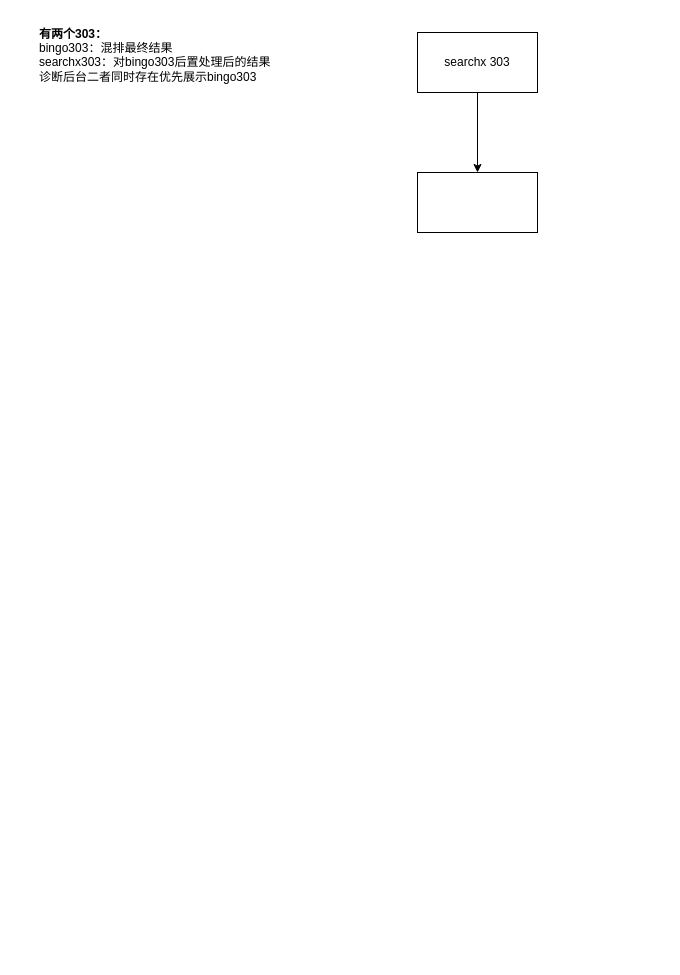
Before: 搜索callback.drawio in ETHAN0430/draw.io.repo, a draw.io diagram. Source tidied: cells renumbered, new cells numbered last; positions are measured from the earlier drawing's top-left corner, leaving out a move shared by most shapes. Both pictures are drawn from the tidied source at 100%, with x=0, y=0 at pixel (37, 17).
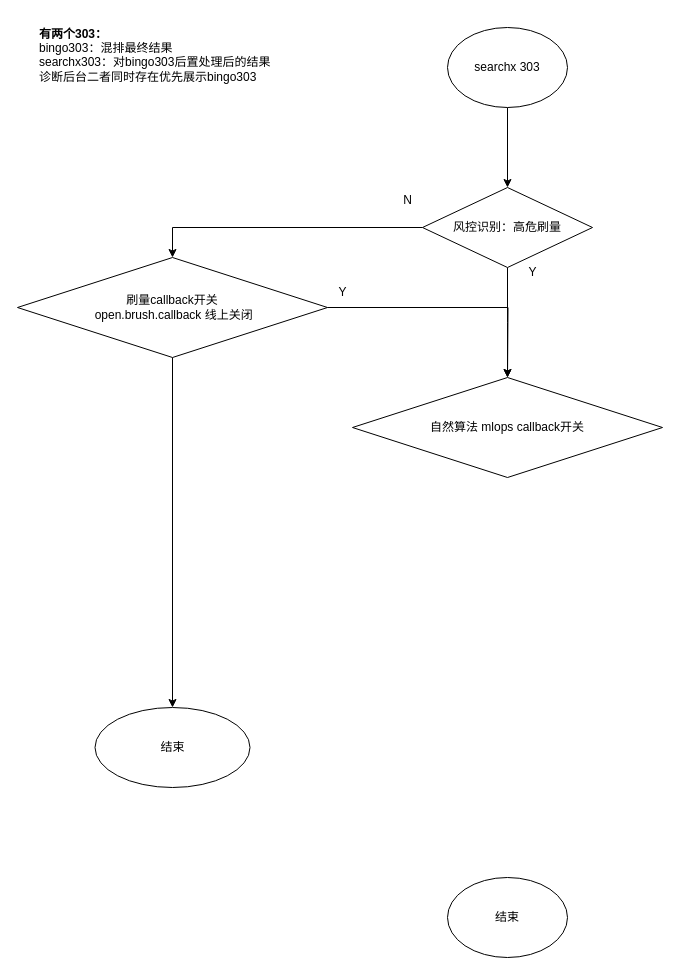
After the change.

What changed in the source:
```diff
@@
 <mxGraphModel>
   <root>
     <mxCell id="0" />
     <mxCell id="1" parent="0" />
     <mxCell id="2" value="&lt;b&gt;有两个303：&lt;/b&gt;&lt;br&gt;bingo303：混排最终结果&lt;br&gt;searchx303：对bingo303后置处理后的结果&lt;br&gt;诊断后台二者同时存在优先展示bingo303&lt;div&gt;&lt;br&gt;&lt;/div&gt;" style="text;html=1;align=left;verticalAlign=middle;strokeColor=none;fillColor=none;" parent="1" vertex="1">
       <mxGeometry width="250" height="90" as="geometry" />
     </mxCell>
-    <mxCell id="3" style="edgeStyle=orthogonalEdgeStyle;rounded=0;jettySize=auto;html=1;" parent="1" edge="1" source="4" target="5">
-      <mxGeometry relative="1" as="geometry" />
-    </mxCell>
+    <mxCell id="6" style="edgeStyle=orthogonalEdgeStyle;rounded=0;jettySize=auto;html=1;" parent="1" edge="1" source="4" target="9">
+      <mxGeometry relative="1" as="geometry" />
+    </mxCell>
-    <mxCell id="4" value="searchx 303" style="whiteSpace=wrap;html=1;" parent="1" vertex="1">
-      <mxGeometry x="380" y="15" width="120" height="60" as="geometry" />
+    <mxCell id="4" value="searchx 303" style="ellipse;whiteSpace=wrap;html=1;" parent="1" vertex="1">
+      <mxGeometry x="410" y="10" width="120" height="80" as="geometry" />
     </mxCell>
-    <mxCell id="5" style="whiteSpace=wrap;html=1;" parent="1" vertex="1">
-      <mxGeometry x="380" y="155" width="120" height="60" as="geometry" />
-    </mxCell>
+    <mxCell id="7" style="edgeStyle=orthogonalEdgeStyle;rounded=0;jettySize=auto;html=1;entryX=0.5;entryY=0;entryDx=0;entryDy=0;" parent="1" edge="1" source="9" target="12">
+      <mxGeometry relative="1" as="geometry" />
+    </mxCell>
+    <mxCell id="8" style="edgeStyle=orthogonalEdgeStyle;rounded=0;jettySize=auto;html=1;entryX=0.5;entryY=0;entryDx=0;entryDy=0;" parent="1" edge="1" source="9">
+      <mxGeometry relative="1" as="geometry">
+        <mxPoint x="470" y="360" as="targetPoint" />
+      </mxGeometry>
+    </mxCell>
+    <mxCell id="9" value="风控识别：高危刷量" style="rhombus;whiteSpace=wrap;html=1;" parent="1" vertex="1">
+      <mxGeometry x="385" y="170" width="170" height="80" as="geometry" />
+    </mxCell>
+    <mxCell id="10" style="edgeStyle=orthogonalEdgeStyle;rounded=0;jettySize=auto;html=1;entryX=0.5;entryY=0;entryDx=0;entryDy=0;" parent="1" edge="1" source="12">
+      <mxGeometry relative="1" as="geometry">
+        <mxPoint x="470" y="360" as="targetPoint" />
+      </mxGeometry>
+    </mxCell>
+    <mxCell id="11" style="edgeStyle=orthogonalEdgeStyle;rounded=0;jettySize=auto;html=1;" parent="1" edge="1" source="12" target="17">
+      <mxGeometry relative="1" as="geometry" />
+    </mxCell>
+    <mxCell id="12" value="刷量callback开关&lt;br&gt;&amp;nbsp;open.brush.callback 线上关闭" style="rhombus;whiteSpace=wrap;html=1;" parent="1" vertex="1">
+      <mxGeometry x="-20" y="240" width="310" height="100" as="geometry" />
+    </mxCell>
+    <mxCell id="13" value="结束" style="ellipse;whiteSpace=wrap;html=1;" parent="1" vertex="1">
+      <mxGeometry x="410" y="860" width="120" height="80" as="geometry" />
+    </mxCell>
+    <mxCell id="14" value="N" style="text;html=1;align=center;verticalAlign=middle;strokeColor=none;fillColor=none;" parent="1" vertex="1">
+      <mxGeometry x="355" y="168" width="30" height="30" as="geometry" />
+    </mxCell>
+    <mxCell id="15" value="Y" style="text;html=1;align=center;verticalAlign=middle;strokeColor=none;fillColor=none;" parent="1" vertex="1">
+      <mxGeometry x="480" y="240" width="30" height="30" as="geometry" />
+    </mxCell>
+    <mxCell id="16" value="Y" style="text;html=1;align=center;verticalAlign=middle;strokeColor=none;fillColor=none;" parent="1" vertex="1">
+      <mxGeometry x="290" y="260" width="30" height="30" as="geometry" />
+    </mxCell>
+    <mxCell id="17" value="结束" style="ellipse;whiteSpace=wrap;html=1;" parent="1" vertex="1">
+      <mxGeometry x="57.5" y="690" width="155" height="80" as="geometry" />
+    </mxCell>
+    <mxCell id="18" value="自然算法 mlops callback开关" style="rhombus;whiteSpace=wrap;html=1;" parent="1" vertex="1">
+      <mxGeometry x="315" y="360" width="310" height="100" as="geometry" />
+    </mxCell>
   </root>
 </mxGraphModel>
```
